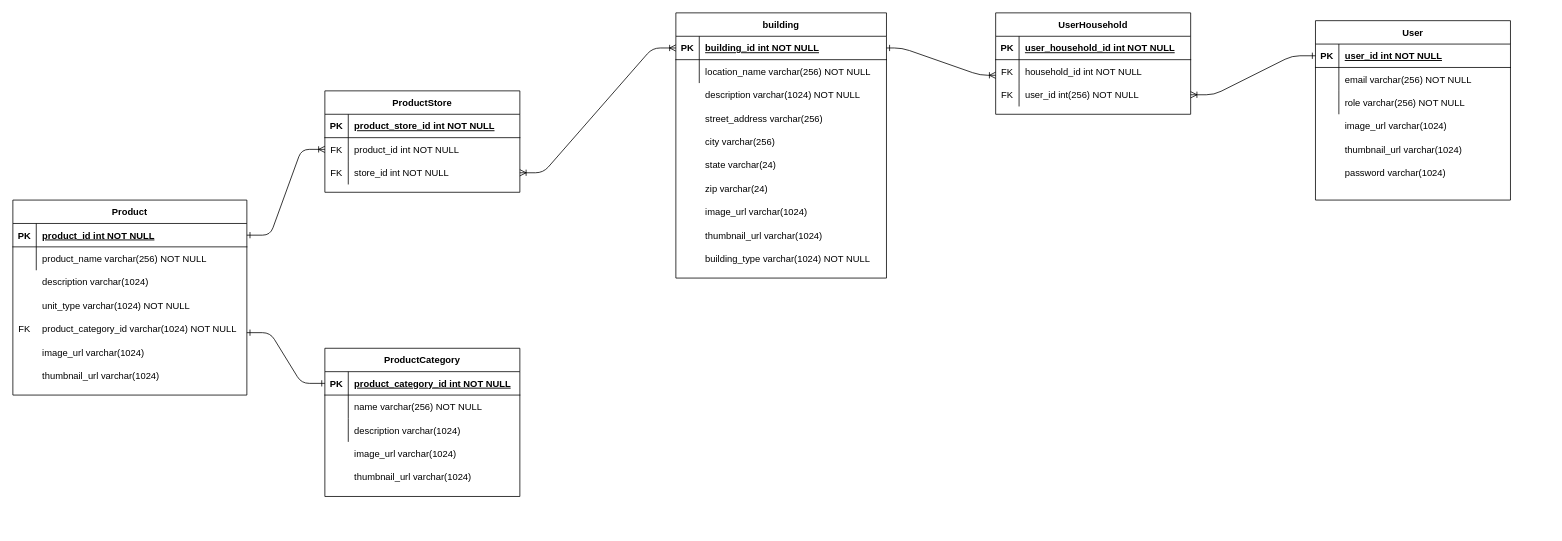
The draw.io diagram docs/shop_chop_erd.drawio in heyitscarloc/shop-chop, before the edit. Source tidied: cells renumbered, new cells numbered last; positions are measured from the earlier drawing's top-left corner, leaving out a move shared by most shapes. Both pictures are drawn from the tidied source at 78%, with x=0, y=0 at pixel (12, 12).
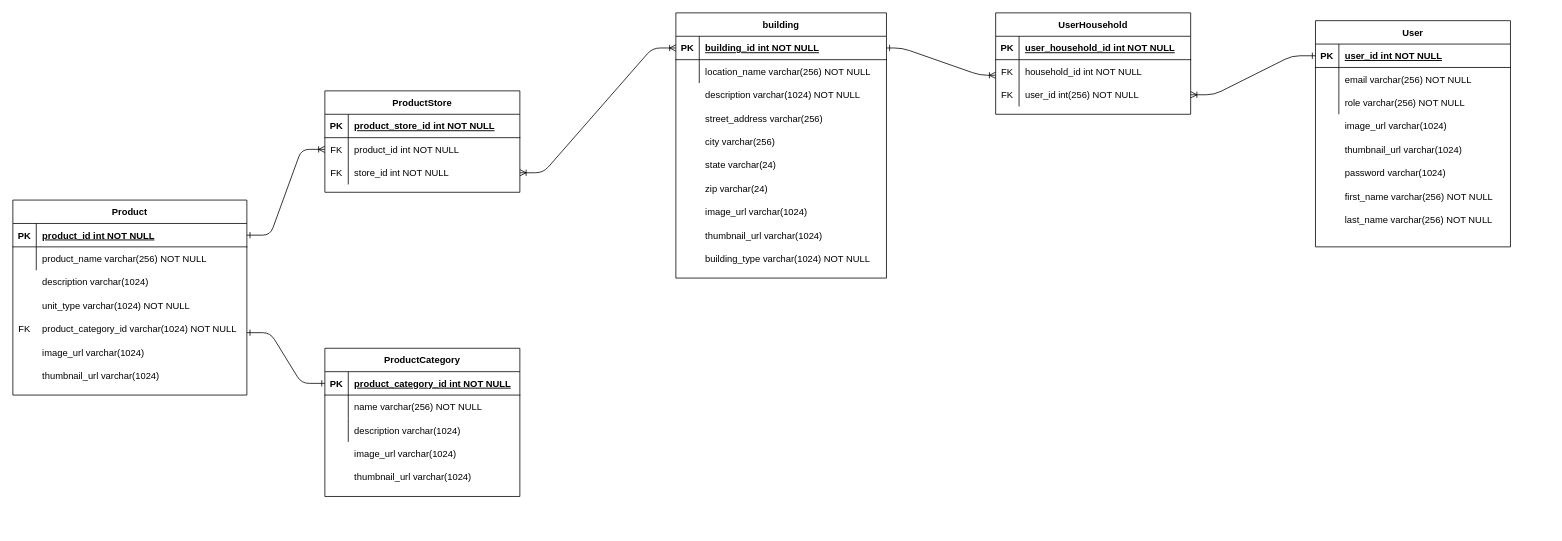
After the change.

Commit message:
adding first name and last name to user erd

Diff of the diagram source:
```diff
@@
     <mxCell id="10" value="User" style="shape=table;startSize=30;childLayout=tableLayout;rowLines=0;fontStyle=1;align=center;" parent="1" vertex="1">
-      <mxGeometry x="1670" y="10" width="250" height="230" as="geometry" />
+      <mxGeometry x="1670" y="10" width="250" height="290" as="geometry" />
     </mxCell>
@@
+    <mxCell id="93" value="first_name varchar(256) NOT NULL" style="shape=partialRectangle;overflow=hidden;fillColor=none;top=0;left=0;bottom=0;right=0;align=left;spacingLeft=6;" parent="1" vertex="1">
+      <mxGeometry x="1700" y="220" width="220" height="30" as="geometry" />
+    </mxCell>
+    <mxCell id="94" value="last_name varchar(256) NOT NULL" style="shape=partialRectangle;overflow=hidden;fillColor=none;top=0;left=0;bottom=0;right=0;align=left;spacingLeft=6;" parent="1" vertex="1">
+      <mxGeometry x="1700" y="250" width="220" height="30" as="geometry" />
+    </mxCell>
```
